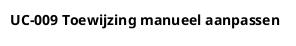
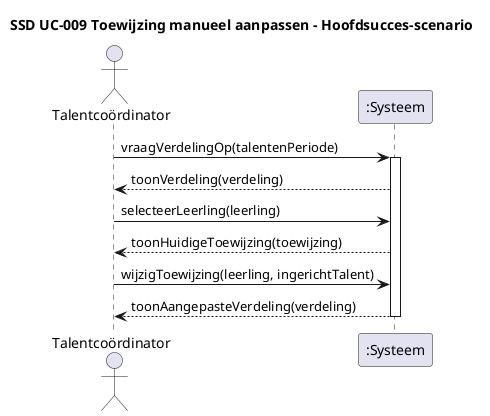
@startuml
- title UC-009 Toewijzing manueel aanpassen
+ 
+ title SSD UC-009 Toewijzing manueel aanpassen - Hoofdsucces-scenario
+ 
+ actor "Talentcoördinator" as TalentCoordinator
+ participant ":Systeem" as Systeem
+ 
+ TalentCoordinator -> Systeem : vraagVerdelingOp(talentenPeriode)
+ activate Systeem
+ 
+ Systeem --> TalentCoordinator : toonVerdeling(verdeling)
+ 
+ TalentCoordinator -> Systeem : selecteerLeerling(leerling)
+ 
+ Systeem --> TalentCoordinator : toonHuidigeToewijzing(toewijzing)
+ 
+ TalentCoordinator -> Systeem : wijzigToewijzing(leerling, ingerichtTalent)
+ 
+ Systeem --> TalentCoordinator : toonAangepasteVerdeling(verdeling)
+ 
+ deactivate Systeem

@enduml
+ ```